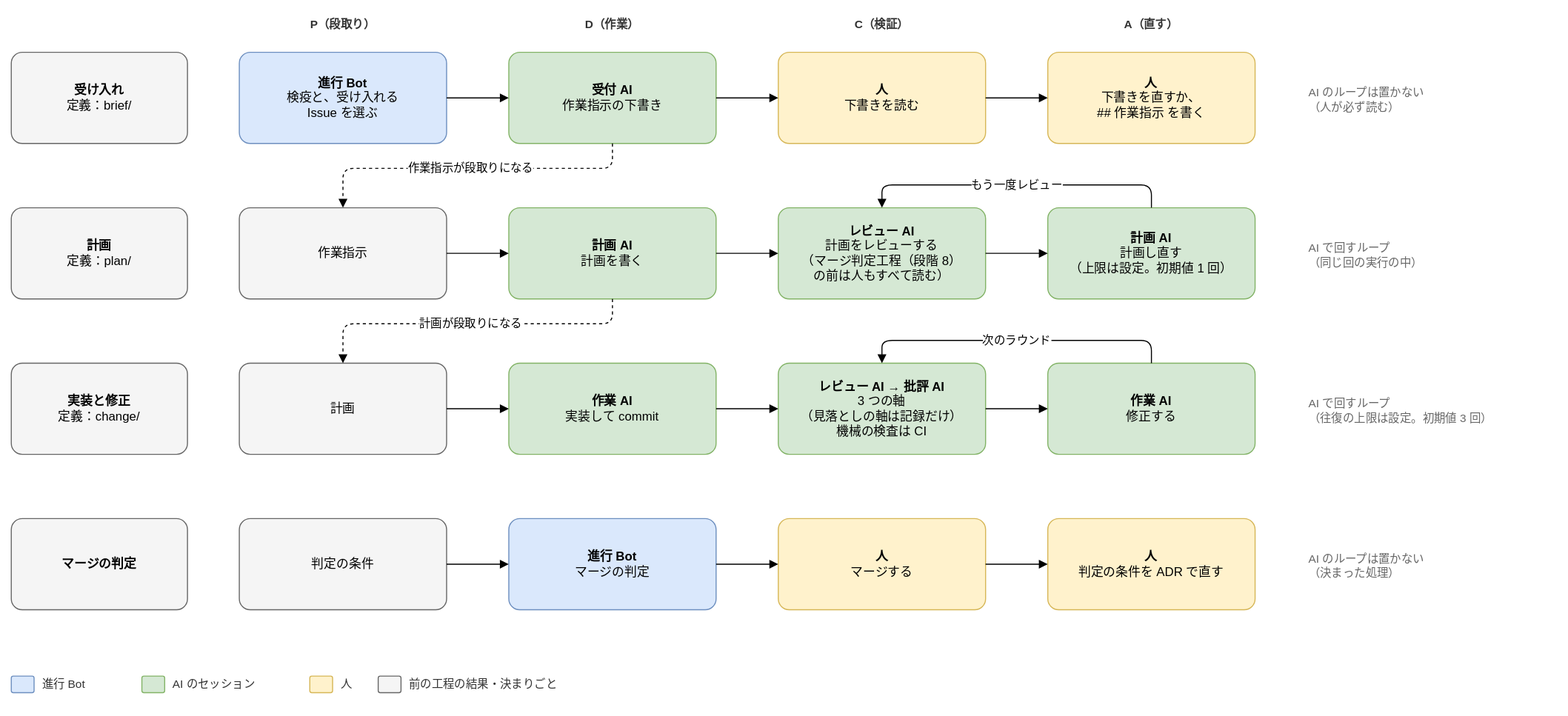
Above: docs/design/basic/diagrams/02-pdca.drawio.svg in Joymerrevent/dev-autopilot (draw.io), before the change. Source tidied: cells renumbered, new cells last; positions are measured from the earlier drawing's top-left corner, leaving out a move shared by most shapes.
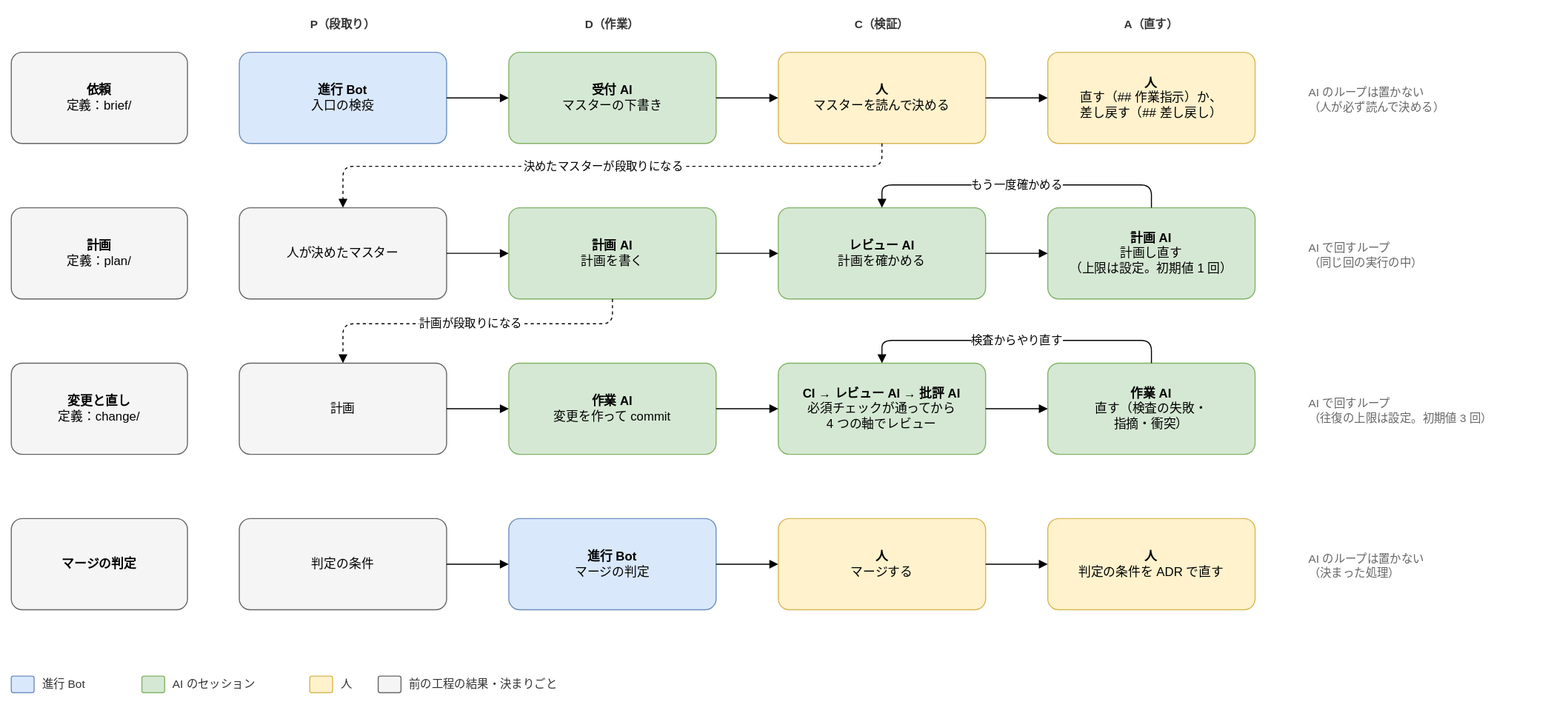
Later version of the same file.

What changed in the source:
```diff
@@ -14,19 +14,19 @@
     <mxCell id="5" value="&lt;b&gt;A（直す）&lt;/b&gt;" style="text;html=1;whiteSpace=wrap;align=left;verticalAlign=top;fontSize=11;fontColor=#666666;align=center;fontColor=#333333;" parent="1" vertex="1">
       <mxGeometry x="1000" width="200" height="20" as="geometry" />
     </mxCell>
-    <mxCell id="6" value="&lt;b&gt;受け入れ&lt;/b&gt;&lt;br&gt;定義：brief/" style="rounded=1;whiteSpace=wrap;html=1;fontSize=12;arcSize=12;spacing=12;fillColor=#f5f5f5;strokeColor=#666666;" parent="1" vertex="1">
+    <mxCell id="6" value="&lt;b&gt;依頼&lt;/b&gt;&lt;br&gt;定義：brief/" style="rounded=1;whiteSpace=wrap;html=1;fontSize=12;arcSize=12;spacing=12;fillColor=#f5f5f5;strokeColor=#666666;" parent="1" vertex="1">
       <mxGeometry y="40" width="170" height="88" as="geometry" />
     </mxCell>
-    <mxCell id="7" value="&lt;b&gt;進行 Bot&lt;/b&gt;&lt;br&gt;検疫と、受け入れる&lt;br&gt;Issue を選ぶ" style="rounded=1;whiteSpace=wrap;html=1;fontSize=12;arcSize=12;spacing=12;fillColor=#dae8fc;strokeColor=#6c8ebf;" parent="1" vertex="1">
+    <mxCell id="7" value="&lt;b&gt;進行 Bot&lt;/b&gt;&lt;br&gt;入口の検疫" style="rounded=1;whiteSpace=wrap;html=1;fontSize=12;arcSize=12;spacing=12;fillColor=#dae8fc;strokeColor=#6c8ebf;" parent="1" vertex="1">
       <mxGeometry x="220" y="40" width="200" height="88" as="geometry" />
     </mxCell>
-    <mxCell id="8" value="&lt;b&gt;受付 AI&lt;/b&gt;&lt;br&gt;作業指示の下書き" style="rounded=1;whiteSpace=wrap;html=1;fontSize=12;arcSize=12;spacing=12;fillColor=#d5e8d4;strokeColor=#82b366;" parent="1" vertex="1">
+    <mxCell id="8" value="&lt;b&gt;受付 AI&lt;/b&gt;&lt;br&gt;マスターの下書き" style="rounded=1;whiteSpace=wrap;html=1;fontSize=12;arcSize=12;spacing=12;fillColor=#d5e8d4;strokeColor=#82b366;" parent="1" vertex="1">
       <mxGeometry x="480" y="40" width="200" height="88" as="geometry" />
     </mxCell>
-    <mxCell id="9" value="&lt;b&gt;人&lt;/b&gt;&lt;br&gt;下書きを読む" style="rounded=1;whiteSpace=wrap;html=1;fontSize=12;arcSize=12;spacing=12;fillColor=#fff2cc;strokeColor=#d6b656;" parent="1" vertex="1">
+    <mxCell id="9" value="&lt;b&gt;人&lt;/b&gt;&lt;br&gt;マスターを読んで決める" style="rounded=1;whiteSpace=wrap;html=1;fontSize=12;arcSize=12;spacing=12;fillColor=#fff2cc;strokeColor=#d6b656;" parent="1" vertex="1">
       <mxGeometry x="740" y="40" width="200" height="88" as="geometry" />
     </mxCell>
-    <mxCell id="10" value="&lt;b&gt;人&lt;/b&gt;&lt;br&gt;下書きを直すか、&lt;br&gt;## 作業指示 を書く" style="rounded=1;whiteSpace=wrap;html=1;fontSize=12;arcSize=12;spacing=12;fillColor=#fff2cc;strokeColor=#d6b656;" parent="1" vertex="1">
+    <mxCell id="10" value="&lt;b&gt;人&lt;/b&gt;&lt;br&gt;直す（## 作業指示）か、&lt;br&gt;差し戻す（## 差し戻し）" style="rounded=1;whiteSpace=wrap;html=1;fontSize=12;arcSize=12;spacing=12;fillColor=#fff2cc;strokeColor=#d6b656;" parent="1" vertex="1">
       <mxGeometry x="1000" y="40" width="200" height="88" as="geometry" />
     </mxCell>
     <mxCell id="11" style="edgeStyle=orthogonalEdgeStyle;rounded=1;html=1;endArrow=block;endFill=1;fontSize=11;labelBackgroundColor=#ffffff;exitX=1;exitY=0.5;exitDx=0;exitDy=0;entryX=0;entryY=0.5;entryDx=0;entryDy=0;" parent="1" edge="1" source="7" target="8">
@@ -38,19 +38,19 @@
     <mxCell id="13" style="edgeStyle=orthogonalEdgeStyle;rounded=1;html=1;endArrow=block;endFill=1;fontSize=11;labelBackgroundColor=#ffffff;exitX=1;exitY=0.5;exitDx=0;exitDy=0;entryX=0;entryY=0.5;entryDx=0;entryDy=0;" parent="1" edge="1" source="9" target="10">
       <mxGeometry relative="1" as="geometry" />
     </mxCell>
-    <mxCell id="14" value="AI のループは置かない&lt;br&gt;（人が必ず読む）" style="text;html=1;whiteSpace=wrap;align=left;verticalAlign=top;fontSize=11;fontColor=#666666;verticalAlign=middle;" parent="1" vertex="1">
+    <mxCell id="14" value="AI のループは置かない&lt;br&gt;（人が必ず読んで決める）" style="text;html=1;whiteSpace=wrap;align=left;verticalAlign=top;fontSize=11;fontColor=#666666;verticalAlign=middle;" parent="1" vertex="1">
       <mxGeometry x="1250" y="66" width="230" height="40" as="geometry" />
     </mxCell>
     <mxCell id="15" value="&lt;b&gt;計画&lt;/b&gt;&lt;br&gt;定義：plan/" style="rounded=1;whiteSpace=wrap;html=1;fontSize=12;arcSize=12;spacing=12;fillColor=#f5f5f5;strokeColor=#666666;" parent="1" vertex="1">
       <mxGeometry y="190" width="170" height="88" as="geometry" />
     </mxCell>
-    <mxCell id="16" value="作業指示" style="rounded=1;whiteSpace=wrap;html=1;fontSize=12;arcSize=12;spacing=12;fillColor=#f5f5f5;strokeColor=#666666;" parent="1" vertex="1">
+    <mxCell id="16" value="人が決めたマスター" style="rounded=1;whiteSpace=wrap;html=1;fontSize=12;arcSize=12;spacing=12;fillColor=#f5f5f5;strokeColor=#666666;" parent="1" vertex="1">
       <mxGeometry x="220" y="190" width="200" height="88" as="geometry" />
     </mxCell>
     <mxCell id="17" value="&lt;b&gt;計画 AI&lt;/b&gt;&lt;br&gt;計画を書く" style="rounded=1;whiteSpace=wrap;html=1;fontSize=12;arcSize=12;spacing=12;fillColor=#d5e8d4;strokeColor=#82b366;" parent="1" vertex="1">
       <mxGeometry x="480" y="190" width="200" height="88" as="geometry" />
     </mxCell>
-    <mxCell id="18" value="&lt;b&gt;レビュー AI&lt;/b&gt;&lt;br&gt;計画をレビューする&lt;br&gt;（マージ判定工程（段階 8）&lt;br&gt;の前は人もすべて読む）" style="rounded=1;whiteSpace=wrap;html=1;fontSize=12;arcSize=12;spacing=12;fillColor=#d5e8d4;strokeColor=#82b366;" parent="1" vertex="1">
+    <mxCell id="18" value="&lt;b&gt;レビュー AI&lt;/b&gt;&lt;br&gt;計画を確かめる" style="rounded=1;whiteSpace=wrap;html=1;fontSize=12;arcSize=12;spacing=12;fillColor=#d5e8d4;strokeColor=#82b366;" parent="1" vertex="1">
       <mxGeometry x="740" y="190" width="200" height="88" as="geometry" />
     </mxCell>
     <mxCell id="19" value="&lt;b&gt;計画 AI&lt;/b&gt;&lt;br&gt;計画し直す&lt;br&gt;（上限は設定。初期値 1 回）" style="rounded=1;whiteSpace=wrap;html=1;fontSize=12;arcSize=12;spacing=12;fillColor=#d5e8d4;strokeColor=#82b366;" parent="1" vertex="1">
@@ -65,7 +65,7 @@
     <mxCell id="22" style="edgeStyle=orthogonalEdgeStyle;rounded=1;html=1;endArrow=block;endFill=1;fontSize=11;labelBackgroundColor=#ffffff;exitX=1;exitY=0.5;exitDx=0;exitDy=0;entryX=0;entryY=0.5;entryDx=0;entryDy=0;" parent="1" edge="1" source="18" target="19">
       <mxGeometry relative="1" as="geometry" />
     </mxCell>
-    <mxCell id="23" value="もう一度レビュー" style="edgeStyle=orthogonalEdgeStyle;rounded=1;html=1;endArrow=block;endFill=1;fontSize=11;labelBackgroundColor=#ffffff;exitX=0.5;exitY=0;exitDx=0;exitDy=0;entryX=0.5;entryY=0;entryDx=0;entryDy=0;" parent="1" edge="1" source="19" target="18">
+    <mxCell id="23" value="もう一度確かめる" style="edgeStyle=orthogonalEdgeStyle;rounded=1;html=1;endArrow=block;endFill=1;fontSize=11;labelBackgroundColor=#ffffff;exitX=0.5;exitY=0;exitDx=0;exitDy=0;entryX=0.5;entryY=0;entryDx=0;entryDy=0;" parent="1" edge="1" source="19" target="18">
       <mxGeometry relative="1" as="geometry">
         <Array as="points">
           <mxPoint x="1100" y="168" />
@@ -76,19 +76,19 @@
     <mxCell id="24" value="AI で回すループ&lt;br&gt;（同じ回の実行の中）" style="text;html=1;whiteSpace=wrap;align=left;verticalAlign=top;fontSize=11;fontColor=#666666;verticalAlign=middle;" parent="1" vertex="1">
       <mxGeometry x="1250" y="216" width="230" height="40" as="geometry" />
     </mxCell>
-    <mxCell id="25" value="&lt;b&gt;実装と修正&lt;/b&gt;&lt;br&gt;定義：change/" style="rounded=1;whiteSpace=wrap;html=1;fontSize=12;arcSize=12;spacing=12;fillColor=#f5f5f5;strokeColor=#666666;" parent="1" vertex="1">
+    <mxCell id="25" value="&lt;b&gt;変更と直し&lt;/b&gt;&lt;br&gt;定義：change/" style="rounded=1;whiteSpace=wrap;html=1;fontSize=12;arcSize=12;spacing=12;fillColor=#f5f5f5;strokeColor=#666666;" parent="1" vertex="1">
       <mxGeometry y="340" width="170" height="88" as="geometry" />
     </mxCell>
     <mxCell id="26" value="計画" style="rounded=1;whiteSpace=wrap;html=1;fontSize=12;arcSize=12;spacing=12;fillColor=#f5f5f5;strokeColor=#666666;" parent="1" vertex="1">
       <mxGeometry x="220" y="340" width="200" height="88" as="geometry" />
     </mxCell>
-    <mxCell id="27" value="&lt;b&gt;作業 AI&lt;/b&gt;&lt;br&gt;実装して commit" style="rounded=1;whiteSpace=wrap;html=1;fontSize=12;arcSize=12;spacing=12;fillColor=#d5e8d4;strokeColor=#82b366;" parent="1" vertex="1">
+    <mxCell id="27" value="&lt;b&gt;作業 AI&lt;/b&gt;&lt;br&gt;変更を作って commit" style="rounded=1;whiteSpace=wrap;html=1;fontSize=12;arcSize=12;spacing=12;fillColor=#d5e8d4;strokeColor=#82b366;" parent="1" vertex="1">
       <mxGeometry x="480" y="340" width="200" height="88" as="geometry" />
     </mxCell>
-    <mxCell id="28" value="&lt;b&gt;レビュー AI → 批評 AI&lt;/b&gt;&lt;br&gt;3 つの軸&lt;br&gt;（見落としの軸は記録だけ）&lt;br&gt;機械の検査は CI" style="rounded=1;whiteSpace=wrap;html=1;fontSize=12;arcSize=12;spacing=12;fillColor=#d5e8d4;strokeColor=#82b366;" parent="1" vertex="1">
+    <mxCell id="28" value="&lt;b&gt;CI → レビュー AI → 批評 AI&lt;/b&gt;&lt;br&gt;必須チェックが通ってから&lt;br&gt;4 つの軸でレビュー" style="rounded=1;whiteSpace=wrap;html=1;fontSize=12;arcSize=12;spacing=12;fillColor=#d5e8d4;strokeColor=#82b366;" parent="1" vertex="1">
       <mxGeometry x="740" y="340" width="200" height="88" as="geometry" />
     </mxCell>
-    <mxCell id="29" value="&lt;b&gt;作業 AI&lt;/b&gt;&lt;br&gt;修正する" style="rounded=1;whiteSpace=wrap;html=1;fontSize=12;arcSize=12;spacing=12;fillColor=#d5e8d4;strokeColor=#82b366;" parent="1" vertex="1">
+    <mxCell id="29" value="&lt;b&gt;作業 AI&lt;/b&gt;&lt;br&gt;直す（検査の失敗・&lt;br&gt;指摘・衝突）" style="rounded=1;whiteSpace=wrap;html=1;fontSize=12;arcSize=12;spacing=12;fillColor=#d5e8d4;strokeColor=#82b366;" parent="1" vertex="1">
       <mxGeometry x="1000" y="340" width="200" height="88" as="geometry" />
     </mxCell>
     <mxCell id="30" style="edgeStyle=orthogonalEdgeStyle;rounded=1;html=1;endArrow=block;endFill=1;fontSize=11;labelBackgroundColor=#ffffff;exitX=1;exitY=0.5;exitDx=0;exitDy=0;entryX=0;entryY=0.5;entryDx=0;entryDy=0;" parent="1" edge="1" source="26" target="27">
@@ -100,7 +100,7 @@
     <mxCell id="32" style="edgeStyle=orthogonalEdgeStyle;rounded=1;html=1;endArrow=block;endFill=1;fontSize=11;labelBackgroundColor=#ffffff;exitX=1;exitY=0.5;exitDx=0;exitDy=0;entryX=0;entryY=0.5;entryDx=0;entryDy=0;" parent="1" edge="1" source="28" target="29">
       <mxGeometry relative="1" as="geometry" />
     </mxCell>
-    <mxCell id="33" value="次のラウンド" style="edgeStyle=orthogonalEdgeStyle;rounded=1;html=1;endArrow=block;endFill=1;fontSize=11;labelBackgroundColor=#ffffff;exitX=0.5;exitY=0;exitDx=0;exitDy=0;entryX=0.5;entryY=0;entryDx=0;entryDy=0;" parent="1" edge="1" source="29" target="28">
+    <mxCell id="33" value="検査からやり直す" style="edgeStyle=orthogonalEdgeStyle;rounded=1;html=1;endArrow=block;endFill=1;fontSize=11;labelBackgroundColor=#ffffff;exitX=0.5;exitY=0;exitDx=0;exitDy=0;entryX=0.5;entryY=0;entryDx=0;entryDy=0;" parent="1" edge="1" source="29" target="28">
       <mxGeometry relative="1" as="geometry">
         <Array as="points">
           <mxPoint x="1100" y="318" />
@@ -138,11 +138,11 @@
     <mxCell id="43" value="AI のループは置かない&lt;br&gt;（決まった処理）" style="text;html=1;whiteSpace=wrap;align=left;verticalAlign=top;fontSize=11;fontColor=#666666;verticalAlign=middle;" parent="1" vertex="1">
       <mxGeometry x="1250" y="516" width="230" height="40" as="geometry" />
     </mxCell>
-    <mxCell id="44" value="作業指示が段取りになる" style="edgeStyle=orthogonalEdgeStyle;rounded=1;html=1;endArrow=block;endFill=1;fontSize=11;labelBackgroundColor=#ffffff;dashed=1;exitX=0.5;exitY=1;exitDx=0;exitDy=0;entryX=0.5;entryY=0;entryDx=0;entryDy=0;" parent="1" edge="1" source="8" target="16">
+    <mxCell id="44" value="決めたマスターが段取りになる" style="edgeStyle=orthogonalEdgeStyle;rounded=1;html=1;endArrow=block;endFill=1;fontSize=11;labelBackgroundColor=#ffffff;dashed=1;exitX=0.5;exitY=1;exitDx=0;exitDy=0;entryX=0.5;entryY=0;entryDx=0;entryDy=0;" parent="1" edge="1" source="9" target="16">
       <mxGeometry relative="1" as="geometry">
         <Array as="points">
-          <mxPoint x="580" y="152" />
-          <mxPoint x="320" y="152" />
+          <mxPoint x="840" y="150" />
+          <mxPoint x="320" y="150" />
         </Array>
       </mxGeometry>
     </mxCell>
```
